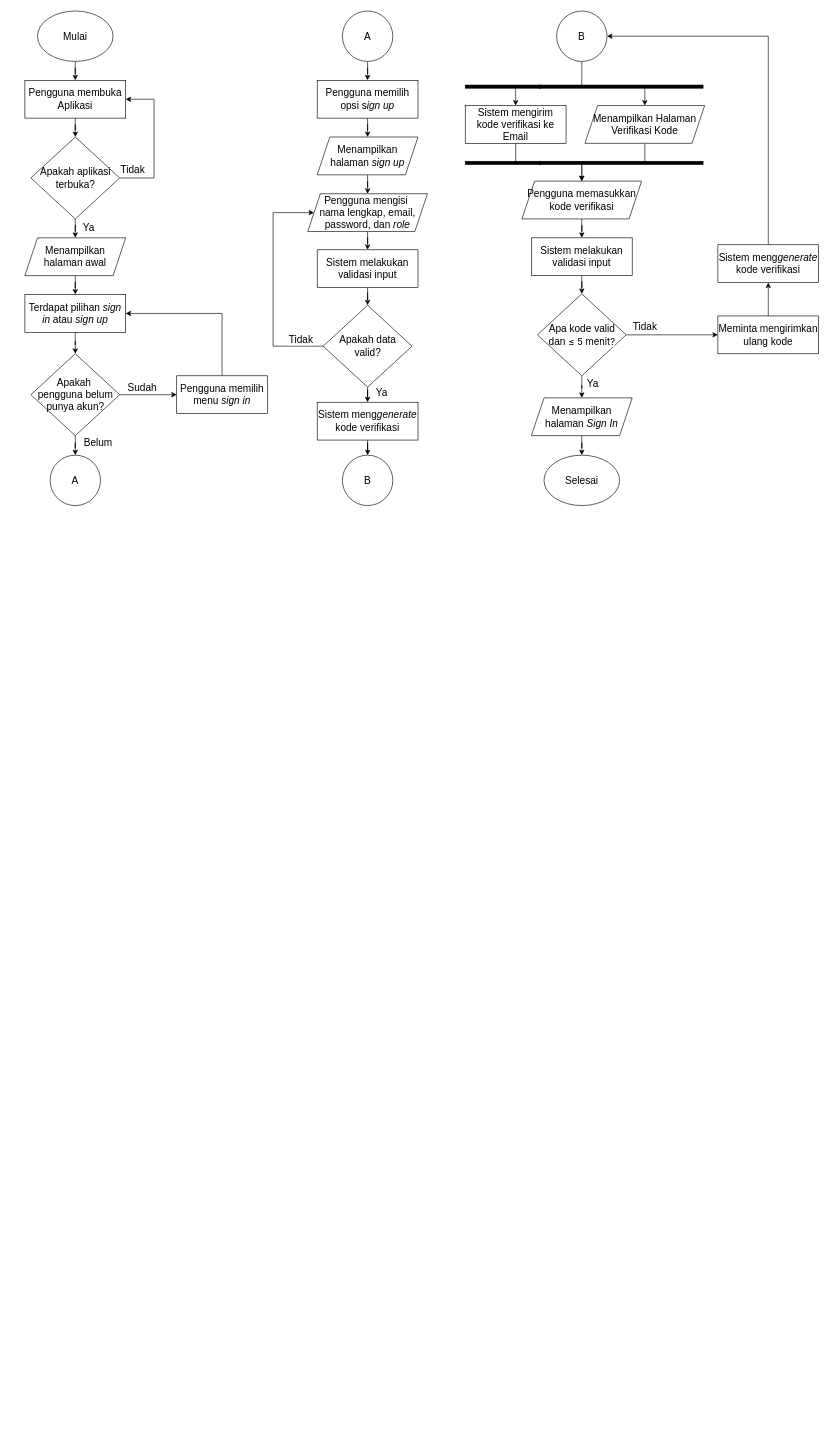
murtianggraeni/TugasAkhir_Flowchart keeps this draw.io diagram as page "Salinan Diagram Aktivitas Admin 1" (6 of 39) of Diagram Aktivitas Admin.drawio.xml. Above is the earlier version. Source tidied: cells renumbered, new cells numbered last; positions are measured from the earlier drawing's top-left corner, leaving out a move shared by most shapes. Both pictures are drawn from the tidied source at 63%, with x=0, y=0 at pixel (25, 4).
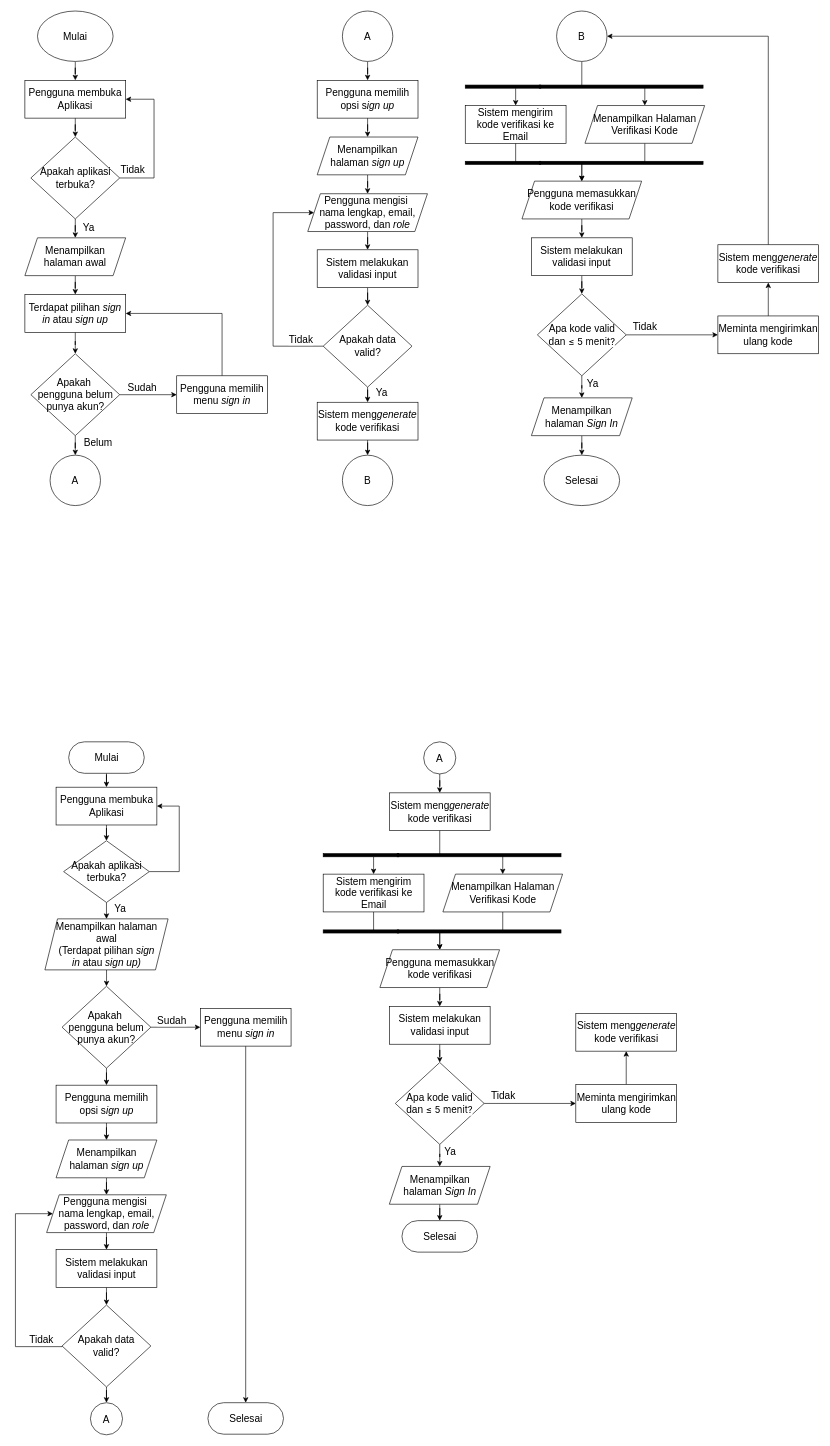
The same diagram, later.

Diff of the diagram source:
```diff
@@
+    <mxCell id="68" style="edgeStyle=orthogonalEdgeStyle;rounded=0;jettySize=auto;html=1;entryX=0.5;entryY=0;entryDx=0;entryDy=0;" parent="1" edge="1" source="69" target="79">
+      <mxGeometry relative="1" as="geometry" />
+    </mxCell>
+    <mxCell id="69" value="&lt;span style=&quot;font-size: 16px;&quot;&gt;Menampilkan halaman awal&lt;br&gt;&lt;/span&gt;&lt;span style=&quot;font-size: 16px;&quot;&gt;(Terdapat pilihan&amp;nbsp;&lt;/span&gt;&lt;i style=&quot;font-size: 16px;&quot;&gt;sign in&lt;/i&gt;&lt;span style=&quot;font-size: 16px;&quot;&gt;&amp;nbsp;atau&amp;nbsp;&lt;/span&gt;&lt;i style=&quot;font-size: 16px;&quot;&gt;sign up)&lt;/i&gt;&lt;span style=&quot;font-size: 16px;&quot;&gt;&lt;/span&gt;" style="shape=parallelogram;perimeter=parallelogramPerimeter;whiteSpace=wrap;html=1;fixedSize=1;" parent="1" vertex="1">
+      <mxGeometry x="31.8" y="1451" width="195.5" height="81" as="geometry" />
+    </mxCell>
+    <mxCell id="70" style="edgeStyle=orthogonalEdgeStyle;rounded=0;jettySize=auto;html=1;" parent="1" edge="1" source="73" target="69">
+      <mxGeometry relative="1" as="geometry" />
+    </mxCell>
+    <mxCell id="71" value="&lt;font style=&quot;font-size: 16px;&quot;&gt;Ya&lt;/font&gt;" style="edgeLabel;html=1;align=center;verticalAlign=middle;" parent="70" vertex="1">
+      <mxGeometry x="0.28" y="-2" relative="1" as="geometry">
+        <mxPoint x="23" y="-8" as="offset" />
+      </mxGeometry>
+    </mxCell>
+    <mxCell id="72" style="edgeStyle=orthogonalEdgeStyle;rounded=0;jettySize=auto;html=1;entryX=1;entryY=0.5;entryDx=0;entryDy=0;" parent="1" edge="1" source="73" target="75">
+      <mxGeometry relative="1" as="geometry">
+        <Array as="points">
+          <mxPoint x="245" y="1376" />
+          <mxPoint x="245" y="1272" />
+        </Array>
+      </mxGeometry>
+    </mxCell>
+    <mxCell id="73" value="&lt;span style=&quot;font-size: 16px;&quot;&gt;Apakah aplikasi terbuka?&lt;/span&gt;" style="rhombus;whiteSpace=wrap;html=1;" parent="1" vertex="1">
+      <mxGeometry x="61.5" y="1327" width="136" height="98" as="geometry" />
+    </mxCell>
+    <mxCell id="74" style="edgeStyle=orthogonalEdgeStyle;rounded=0;jettySize=auto;html=1;" parent="1" edge="1" source="75" target="73">
+      <mxGeometry relative="1" as="geometry" />
+    </mxCell>
+    <mxCell id="75" value="&lt;div style=&quot;&quot;&gt;&lt;span style=&quot;font-size: 16px; background-color: initial;&quot;&gt;Pengguna membuka Aplikasi&lt;/span&gt;&lt;/div&gt;" style="rounded=0;whiteSpace=wrap;html=1;align=center;" parent="1" vertex="1">
+      <mxGeometry x="49.5" y="1242" width="160" height="60" as="geometry" />
+    </mxCell>
+    <mxCell id="76" style="edgeStyle=orthogonalEdgeStyle;rounded=0;jettySize=auto;html=1;" parent="1" edge="1" source="79" target="81">
+      <mxGeometry relative="1" as="geometry" />
+    </mxCell>
+    <mxCell id="77" value="&lt;font style=&quot;font-size: 16px;&quot;&gt;Sudah&lt;/font&gt;" style="edgeLabel;html=1;align=center;verticalAlign=middle;" parent="76" vertex="1">
+      <mxGeometry x="-0.56" relative="1" as="geometry">
+        <mxPoint x="15" y="-12" as="offset" />
+      </mxGeometry>
+    </mxCell>
+    <mxCell id="78" style="edgeStyle=orthogonalEdgeStyle;rounded=0;jettySize=auto;html=1;entryX=0.5;entryY=0;entryDx=0;entryDy=0;" parent="1" edge="1" source="79" target="118">
+      <mxGeometry relative="1" as="geometry" />
+    </mxCell>
+    <mxCell id="79" value="&lt;span style=&quot;font-size: 16px;&quot;&gt;Apakah&amp;nbsp;&lt;/span&gt;&lt;div&gt;&lt;span style=&quot;font-size: 16px;&quot;&gt;pengguna belum punya akun?&lt;/span&gt;&lt;/div&gt;" style="rhombus;whiteSpace=wrap;html=1;" parent="1" vertex="1">
+      <mxGeometry x="59" y="1558" width="141" height="130" as="geometry" />
+    </mxCell>
+    <mxCell id="80" style="edgeStyle=orthogonalEdgeStyle;rounded=0;jettySize=auto;html=1;" parent="1" edge="1" source="81" target="122">
+      <mxGeometry relative="1" as="geometry" />
+    </mxCell>
+    <mxCell id="81" value="&lt;font style=&quot;font-size: 16px;&quot;&gt;Pengguna memilih menu&amp;nbsp;&lt;i style=&quot;&quot;&gt;sign in&lt;/i&gt;&lt;/font&gt;" style="whiteSpace=wrap;html=1;" parent="1" vertex="1">
+      <mxGeometry x="278.5" y="1593" width="144" height="60" as="geometry" />
+    </mxCell>
+    <mxCell id="82" style="edgeStyle=orthogonalEdgeStyle;rounded=0;jettySize=auto;html=1;" parent="1" edge="1" source="83" target="85">
+      <mxGeometry relative="1" as="geometry" />
+    </mxCell>
+    <mxCell id="83" value="&lt;span style=&quot;font-size: 16px;&quot;&gt;Menampilkan halaman&amp;nbsp;&lt;/span&gt;&lt;i style=&quot;font-size: 16px;&quot;&gt;sign up&lt;/i&gt;" style="shape=parallelogram;perimeter=parallelogramPerimeter;whiteSpace=wrap;html=1;fixedSize=1;" parent="1" vertex="1">
+      <mxGeometry x="49.5" y="1802" width="160" height="60" as="geometry" />
+    </mxCell>
+    <mxCell id="84" style="edgeStyle=orthogonalEdgeStyle;rounded=0;jettySize=auto;html=1;" parent="1" edge="1" source="85" target="87">
+      <mxGeometry relative="1" as="geometry" />
+    </mxCell>
+    <mxCell id="85" value="&lt;span style=&quot;font-size: 16px;&quot;&gt;Pengguna mengisi&amp;nbsp;&lt;/span&gt;&lt;div&gt;&lt;span style=&quot;font-size: 16px;&quot;&gt;nama lengkap, email, password, dan&amp;nbsp;&lt;/span&gt;&lt;i style=&quot;font-size: 16px;&quot;&gt;role&lt;/i&gt;&lt;/div&gt;" style="shape=parallelogram;perimeter=parallelogramPerimeter;whiteSpace=wrap;html=1;fixedSize=1;" parent="1" vertex="1">
+      <mxGeometry x="34.5" y="1889" width="190" height="60" as="geometry" />
+    </mxCell>
+    <mxCell id="86" style="edgeStyle=orthogonalEdgeStyle;rounded=0;jettySize=auto;html=1;" parent="1" edge="1" source="87" target="91">
+      <mxGeometry relative="1" as="geometry" />
+    </mxCell>
+    <mxCell id="87" value="&lt;div style=&quot;&quot;&gt;&lt;span style=&quot;font-size: 16px;&quot;&gt;Sistem melakukan validasi input&lt;/span&gt;&lt;/div&gt;" style="rounded=0;whiteSpace=wrap;html=1;align=center;" parent="1" vertex="1">
+      <mxGeometry x="49.5" y="1976" width="160" height="60" as="geometry" />
+    </mxCell>
+    <mxCell id="88" style="edgeStyle=orthogonalEdgeStyle;rounded=0;jettySize=auto;html=1;entryX=0;entryY=0.5;entryDx=0;entryDy=0;exitX=0;exitY=0.5;exitDx=0;exitDy=0;" parent="1" edge="1" source="91" target="85">
+      <mxGeometry relative="1" as="geometry">
+        <Array as="points">
+          <mxPoint x="59" y="2130" />
+          <mxPoint x="-15" y="2130" />
+          <mxPoint x="-15" y="1919" />
+        </Array>
+      </mxGeometry>
+    </mxCell>
+    <mxCell id="89" value="&lt;font style=&quot;font-size: 16px;&quot;&gt;Tidak&lt;/font&gt;" style="edgeLabel;html=1;align=center;verticalAlign=middle;" parent="88" vertex="1">
+      <mxGeometry x="-0.8" relative="1" as="geometry">
+        <mxPoint y="-12" as="offset" />
+      </mxGeometry>
+    </mxCell>
+    <mxCell id="90" style="edgeStyle=orthogonalEdgeStyle;rounded=0;jettySize=auto;html=1;" parent="1" edge="1" source="91" target="119">
+      <mxGeometry relative="1" as="geometry" />
+    </mxCell>
+    <mxCell id="91" value="&lt;span style=&quot;font-size: 16px;&quot;&gt;Apakah data&lt;/span&gt;&lt;div&gt;&lt;span style=&quot;font-size: 16px;&quot;&gt;valid?&lt;/span&gt;&lt;/div&gt;" style="rhombus;whiteSpace=wrap;html=1;" parent="1" vertex="1">
+      <mxGeometry x="59" y="2064" width="141" height="130" as="geometry" />
+    </mxCell>
+    <mxCell id="92" value="&lt;div style=&quot;&quot;&gt;&lt;span style=&quot;font-size: 16px;&quot;&gt;Sistem meng&lt;i&gt;generate&lt;/i&gt; kode verifikasi&lt;/span&gt;&lt;/div&gt;" style="rounded=0;whiteSpace=wrap;html=1;align=center;" parent="1" vertex="1">
+      <mxGeometry x="578.5" y="1251" width="160" height="60" as="geometry" />
+    </mxCell>
+    <mxCell id="93" style="edgeStyle=orthogonalEdgeStyle;rounded=0;jettySize=auto;html=1;entryX=0.5;entryY=0;entryDx=0;entryDy=0;exitX=0.5;exitY=1;exitDx=0;exitDy=0;" parent="1" edge="1" source="92" target="100">
+      <mxGeometry relative="1" as="geometry">
+        <Array as="points">
+          <mxPoint x="659" y="1350" />
+          <mxPoint x="759" y="1350" />
+        </Array>
+      </mxGeometry>
+    </mxCell>
+    <mxCell id="94" style="edgeStyle=orthogonalEdgeStyle;rounded=0;jettySize=auto;html=1;entryX=0.5;entryY=0;entryDx=0;entryDy=0;" parent="1" edge="1" source="95" target="104">
+      <mxGeometry relative="1" as="geometry">
+        <Array as="points">
+          <mxPoint x="553.5" y="1470" />
+          <mxPoint x="658.5" y="1470" />
+        </Array>
+      </mxGeometry>
+    </mxCell>
+    <mxCell id="95" value="&lt;div style=&quot;&quot;&gt;&lt;span style=&quot;font-size: 16px;&quot;&gt;Sistem m&lt;/span&gt;&lt;span style=&quot;font-size: 16px; background-color: initial;&quot;&gt;engirim kode verifikasi ke Email&lt;/span&gt;&lt;/div&gt;" style="rounded=0;whiteSpace=wrap;html=1;align=center;" parent="1" vertex="1">
+      <mxGeometry x="473.5" y="1380" width="160" height="60" as="geometry" />
+    </mxCell>
+    <mxCell id="96" style="edgeStyle=orthogonalEdgeStyle;rounded=0;jettySize=auto;html=1;entryX=0.5;entryY=0;entryDx=0;entryDy=0;" parent="1" edge="1" source="97" target="95">
+      <mxGeometry relative="1" as="geometry">
+        <Array as="points">
+          <mxPoint x="553.5" y="1370" />
+          <mxPoint x="553.5" y="1370" />
+        </Array>
+      </mxGeometry>
+    </mxCell>
+    <mxCell id="97" style="html=1;points=[];perimeter=orthogonalPerimeter;fillColor=strokeColor;rotation=-90;" parent="1" vertex="1">
+      <mxGeometry x="531" y="1290" width="5" height="120" as="geometry" />
+    </mxCell>
+    <mxCell id="98" style="html=1;perimeter=orthogonalPerimeter;fillColor=strokeColor;rotation=-90;" parent="1" vertex="1">
+      <mxGeometry x="718.5" y="1220" width="5" height="260" as="geometry" />
+    </mxCell>
+    <mxCell id="99" style="edgeStyle=orthogonalEdgeStyle;rounded=0;jettySize=auto;html=1;entryX=0.5;entryY=0;entryDx=0;entryDy=0;" parent="1" edge="1" source="100" target="104">
+      <mxGeometry relative="1" as="geometry">
+        <Array as="points">
+          <mxPoint x="758.5" y="1470" />
+          <mxPoint x="658.5" y="1470" />
+        </Array>
+      </mxGeometry>
+    </mxCell>
+    <mxCell id="100" value="&lt;span style=&quot;font-size: 16px;&quot;&gt;Menampilkan Halaman Verifikasi Kode&lt;/span&gt;" style="shape=parallelogram;perimeter=parallelogramPerimeter;whiteSpace=wrap;html=1;fixedSize=1;" parent="1" vertex="1">
+      <mxGeometry x="663.5" y="1380" width="190" height="60" as="geometry" />
+    </mxCell>
+    <mxCell id="101" style="html=1;perimeter=orthogonalPerimeter;fillColor=strokeColor;rotation=-90;" parent="1" vertex="1">
+      <mxGeometry x="531" y="1411" width="5" height="120" as="geometry" />
+    </mxCell>
+    <mxCell id="102" style="html=1;perimeter=orthogonalPerimeter;fillColor=strokeColor;rotation=-90;" parent="1" vertex="1">
+      <mxGeometry x="718.5" y="1341" width="5" height="260" as="geometry" />
+    </mxCell>
+    <mxCell id="103" style="edgeStyle=orthogonalEdgeStyle;rounded=0;jettySize=auto;html=1;" parent="1" edge="1" source="104" target="111">
+      <mxGeometry relative="1" as="geometry" />
+    </mxCell>
+    <mxCell id="104" value="&lt;span style=&quot;font-size: 16px;&quot;&gt;Pengguna m&lt;/span&gt;&lt;span style=&quot;font-size: 16px;&quot;&gt;emasukkan kode verifikasi&lt;/span&gt;" style="shape=parallelogram;perimeter=parallelogramPerimeter;whiteSpace=wrap;html=1;fixedSize=1;" parent="1" vertex="1">
+      <mxGeometry x="563.5" y="1500" width="190" height="60" as="geometry" />
+    </mxCell>
+    <mxCell id="105" style="edgeStyle=orthogonalEdgeStyle;rounded=0;jettySize=auto;html=1;entryX=0;entryY=0.5;entryDx=0;entryDy=0;" parent="1" edge="1" source="109" target="113">
+      <mxGeometry relative="1" as="geometry" />
+    </mxCell>
+    <mxCell id="106" value="&lt;font style=&quot;font-size: 16px;&quot;&gt;Tidak&lt;/font&gt;" style="edgeLabel;html=1;align=center;verticalAlign=middle;" parent="105" vertex="1">
+      <mxGeometry x="-0.72" y="1" relative="1" as="geometry">
+        <mxPoint x="9" y="-13" as="offset" />
+      </mxGeometry>
+    </mxCell>
+    <mxCell id="107" style="edgeStyle=orthogonalEdgeStyle;rounded=0;jettySize=auto;html=1;" parent="1" edge="1" source="109" target="116">
+      <mxGeometry relative="1" as="geometry" />
+    </mxCell>
+    <mxCell id="108" value="&lt;font style=&quot;font-size: 16px;&quot;&gt;Ya&lt;/font&gt;" style="edgeLabel;html=1;align=center;verticalAlign=middle;" parent="107" vertex="1">
+      <mxGeometry x="-0.38" y="2" relative="1" as="geometry">
+        <mxPoint x="14" y="-3" as="offset" />
+      </mxGeometry>
+    </mxCell>
+    <mxCell id="109" value="&lt;span style=&quot;font-size: 16px;&quot;&gt;Apa kode valid dan&amp;nbsp;&lt;/span&gt;&lt;span style=&quot;font-family: Inter, arial, helvetica, sans-serif; font-size: 15px; text-align: start; background-color: rgb(255, 255, 255);&quot;&gt;≤ 5 menit?&lt;/span&gt;" style="rhombus;whiteSpace=wrap;html=1;" parent="1" vertex="1">
+      <mxGeometry x="588" y="1679" width="141" height="130" as="geometry" />
+    </mxCell>
+    <mxCell id="110" style="edgeStyle=orthogonalEdgeStyle;rounded=0;jettySize=auto;html=1;" parent="1" edge="1" source="111" target="109">
+      <mxGeometry relative="1" as="geometry" />
+    </mxCell>
+    <mxCell id="111" value="&lt;div style=&quot;&quot;&gt;&lt;span style=&quot;font-size: 16px;&quot;&gt;Sistem melakukan validasi input&lt;/span&gt;&lt;/div&gt;" style="rounded=0;whiteSpace=wrap;html=1;align=center;" parent="1" vertex="1">
+      <mxGeometry x="578.5" y="1590" width="160" height="60" as="geometry" />
+    </mxCell>
+    <mxCell id="112" style="edgeStyle=orthogonalEdgeStyle;rounded=0;jettySize=auto;html=1;entryX=0.5;entryY=1;entryDx=0;entryDy=0;" parent="1" edge="1" source="113" target="114">
+      <mxGeometry relative="1" as="geometry" />
+    </mxCell>
+    <mxCell id="113" value="&lt;div style=&quot;&quot;&gt;&lt;span style=&quot;font-size: 16px;&quot;&gt;Meminta mengirimkan ulang kode&lt;/span&gt;&lt;/div&gt;" style="rounded=0;whiteSpace=wrap;html=1;align=center;" parent="1" vertex="1">
+      <mxGeometry x="874.5" y="1714" width="160" height="60" as="geometry" />
+    </mxCell>
+    <mxCell id="114" value="&lt;div style=&quot;&quot;&gt;&lt;span style=&quot;font-size: 16px;&quot;&gt;Sistem meng&lt;i&gt;generate&lt;/i&gt; kode verifikasi&lt;/span&gt;&lt;/div&gt;" style="rounded=0;whiteSpace=wrap;html=1;align=center;" parent="1" vertex="1">
+      <mxGeometry x="874.5" y="1601" width="160" height="60" as="geometry" />
+    </mxCell>
+    <mxCell id="115" style="edgeStyle=orthogonalEdgeStyle;rounded=0;jettySize=auto;html=1;" parent="1" edge="1" source="116" target="125">
+      <mxGeometry relative="1" as="geometry" />
+    </mxCell>
+    <mxCell id="116" value="&lt;span style=&quot;font-size: 16px;&quot;&gt;Menampilkan halaman&amp;nbsp;&lt;/span&gt;&lt;i style=&quot;font-size: 16px;&quot;&gt;Sign In&lt;/i&gt;" style="shape=parallelogram;perimeter=parallelogramPerimeter;whiteSpace=wrap;html=1;fixedSize=1;" parent="1" vertex="1">
+      <mxGeometry x="578.5" y="1844" width="160" height="60" as="geometry" />
+    </mxCell>
+    <mxCell id="117" style="edgeStyle=orthogonalEdgeStyle;rounded=0;jettySize=auto;html=1;entryX=0.5;entryY=0;entryDx=0;entryDy=0;" parent="1" edge="1" source="118" target="83">
+      <mxGeometry relative="1" as="geometry" />
+    </mxCell>
+    <mxCell id="118" value="&lt;div style=&quot;&quot;&gt;&lt;span style=&quot;font-size: 16px;&quot;&gt;Pengguna memilih opsi s&lt;/span&gt;&lt;i style=&quot;font-size: 16px;&quot;&gt;ign up&lt;/i&gt;&lt;/div&gt;" style="rounded=0;whiteSpace=wrap;html=1;align=center;" parent="1" vertex="1">
+      <mxGeometry x="49.5" y="1715" width="160" height="60" as="geometry" />
+    </mxCell>
+    <mxCell id="119" value="&lt;span style=&quot;font-size: 16px;&quot;&gt;A&lt;/span&gt;" style="ellipse;whiteSpace=wrap;html=1;" parent="1" vertex="1">
+      <mxGeometry x="104" y="2219" width="51" height="51" as="geometry" />
+    </mxCell>
+    <mxCell id="120" style="edgeStyle=orthogonalEdgeStyle;rounded=0;jettySize=auto;html=1;" parent="1" edge="1" source="121" target="75">
+      <mxGeometry relative="1" as="geometry" />
+    </mxCell>
+    <mxCell id="121" value="&lt;span style=&quot;font-size: 16px;&quot;&gt;Mulai&lt;/span&gt;" style="rounded=1;whiteSpace=wrap;html=1;arcSize=50;" parent="1" vertex="1">
+      <mxGeometry x="69.5" y="1170" width="120" height="50" as="geometry" />
+    </mxCell>
+    <mxCell id="122" value="&lt;span style=&quot;font-size: 16px;&quot;&gt;Selesai&lt;/span&gt;" style="rounded=1;whiteSpace=wrap;html=1;arcSize=50;" parent="1" vertex="1">
+      <mxGeometry x="290.5" y="2219" width="120" height="50" as="geometry" />
+    </mxCell>
+    <mxCell id="123" style="edgeStyle=orthogonalEdgeStyle;rounded=0;jettySize=auto;html=1;entryX=0.5;entryY=0;entryDx=0;entryDy=0;" parent="1" edge="1" source="124" target="92">
+      <mxGeometry relative="1" as="geometry" />
+    </mxCell>
+    <mxCell id="124" value="&lt;span style=&quot;font-size: 16px;&quot;&gt;A&lt;/span&gt;" style="ellipse;whiteSpace=wrap;html=1;" parent="1" vertex="1">
+      <mxGeometry x="633" y="1170" width="51" height="51" as="geometry" />
+    </mxCell>
+    <mxCell id="125" value="&lt;span style=&quot;font-size: 16px;&quot;&gt;Selesai&lt;/span&gt;" style="rounded=1;whiteSpace=wrap;html=1;arcSize=50;" parent="1" vertex="1">
+      <mxGeometry x="598.5" y="1930" width="120" height="50" as="geometry" />
+    </mxCell>
```
